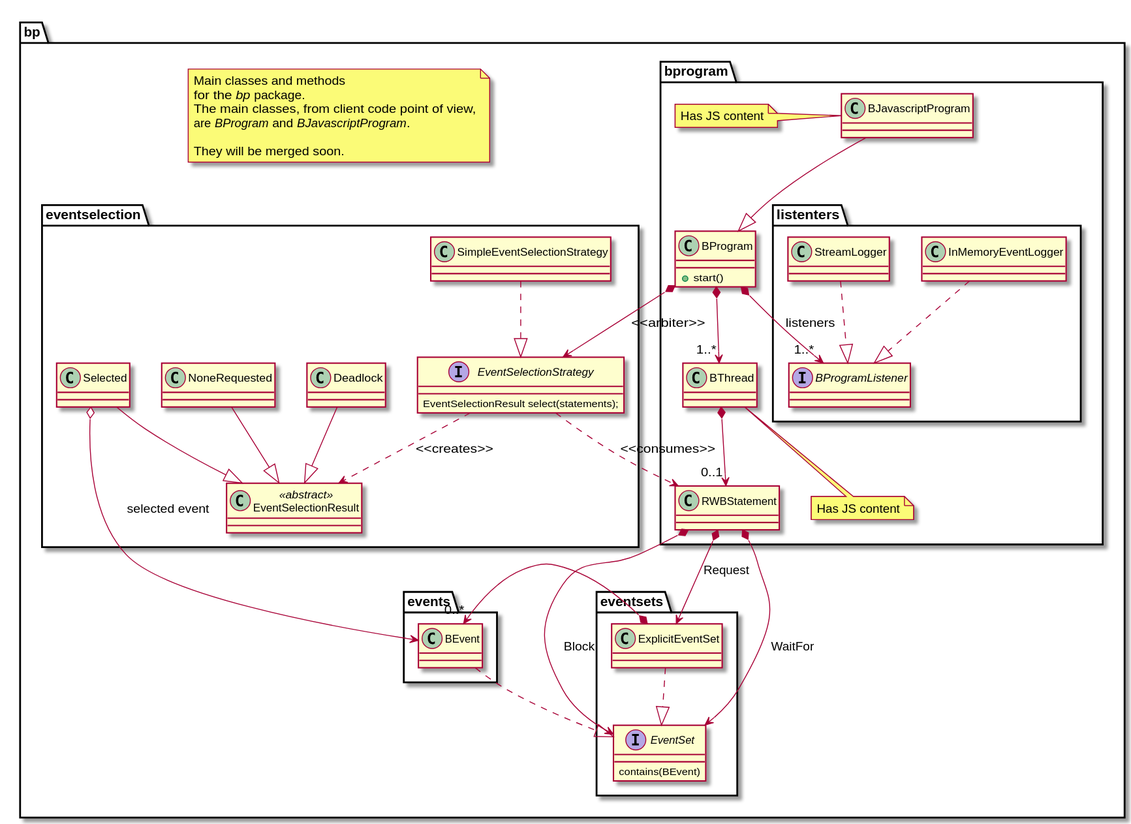
This is BP-javascript/DOCS/classes.svg from michbarsinai/BP-javascript-search, a PlantUML export, as it was before one commit. Its source is kept beside it as BP-javascript/DOCS/classes.puml. Source of this version:
```plantuml
@startuml
package bp {

note as N1
Main classes and methods
for the <i>bp</i> package.
The main classes, from client code point of view,
are <i>BProgram</i> and <i>BJavascriptProgram</i>.

They will be merged soon.
end note

package bprogram {
  class BProgram {
    + start()
  }
  class BJavascriptProgram {
  }
  note left: Has JS content

  class BThread
  note bottom: Has JS content

  class RWBStatement

  package listenters {
    interface BProgramListener
    class InMemoryEventLogger ..|> BProgramListener
    class StreamLogger ..|> BProgramListener
  }

  BThread *--> "0..1" RWBStatement
  BProgram *--> "1..*" BThread
  BProgram *--> "1..*" BProgramListener: listeners





}

package events {
  class BEvent
}


package eventsets {
  interface EventSet {
    contains(BEvent)
  }
  class ExplicitEventSet

  ExplicitEventSet ..|> EventSet
  ExplicitEventSet *--> "0..*" BEvent
}

package eventselection {
  interface EventSelectionStrategy {
    EventSelectionResult select(statements);
  }

  class SimpleEventSelectionStrategy

  class EventSelectionResult <<abstract>>
  class Selected --|> EventSelectionResult
  class Deadlock --|> EventSelectionResult
  class NoneRequested --|> EventSelectionResult

  SimpleEventSelectionStrategy ..|> EventSelectionStrategy
  EventSelectionStrategy ..>EventSelectionResult : <<creates>>
  EventSelectionStrategy ..>RWBStatement : <<consumes>>
}

BProgram *--> EventSelectionStrategy: <<arbiter>>
BJavascriptProgram --|> BProgram
BEvent ..|> EventSet
RWBStatement *--> EventSet: WaitFor
RWBStatement *--> EventSet: Block
RWBStatement *--> ExplicitEventSet: Request
Selected o-->BEvent : selected event
}
@enduml
```
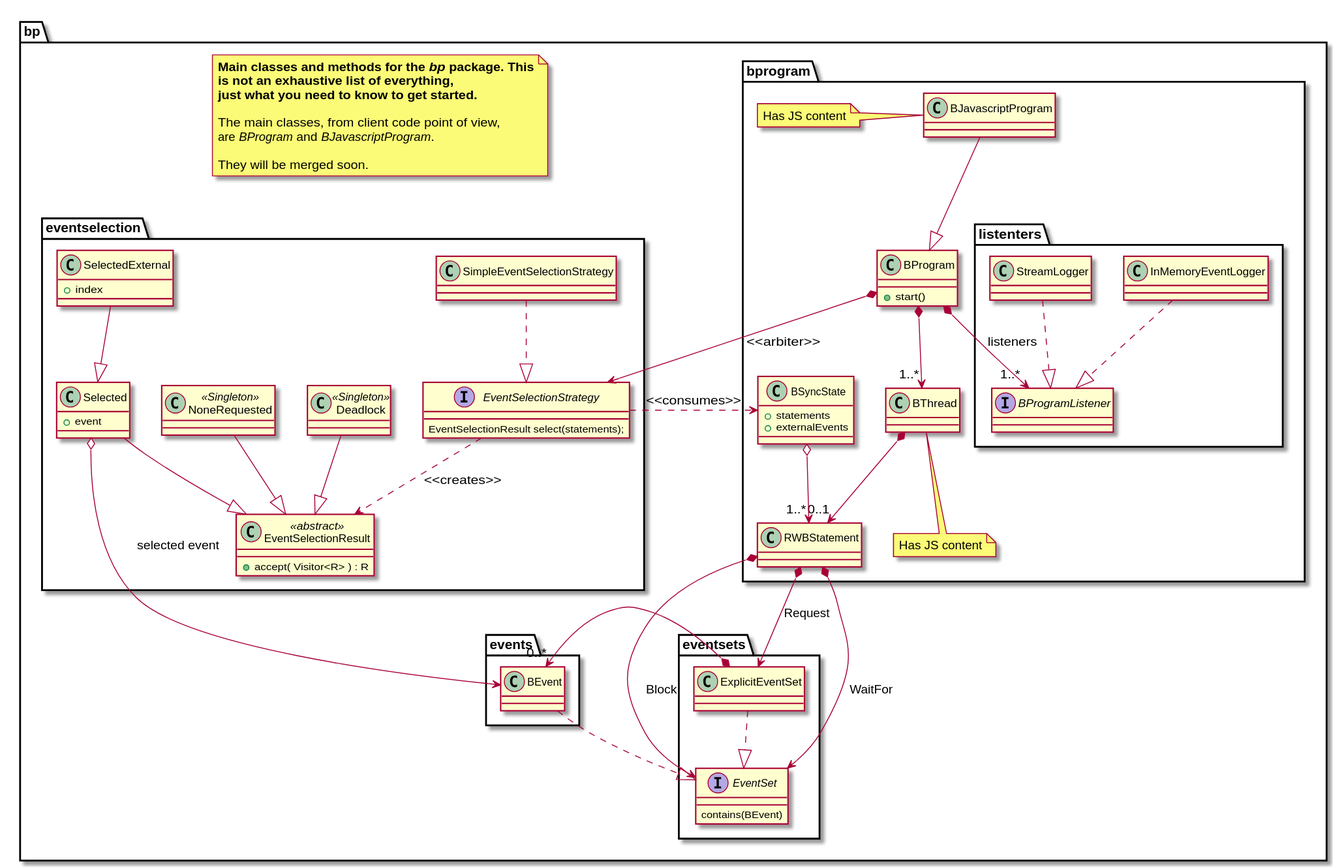
The same file after the commit.

What changed in the source:
```diff
@@ -2,8 +2,10 @@
 package bp {
 
 note as N1
-Main classes and methods
-for the <i>bp</i> package.
+<b>Main classes and methods for the <i>bp</i> package. This</b>
+<b>is not an exhaustive list of everything,</b>
+<b>just what you need to know to get started.</b>
+
 The main classes, from client code point of view,
 are <i>BProgram</i> and <i>BJavascriptProgram</i>.
 
@@ -14,12 +16,16 @@
   class BProgram {
     + start()
   }
-  class BJavascriptProgram {
-  }
+  class BJavascriptProgram
   note left: Has JS content
 
   class BThread
   note bottom: Has JS content
+
+  class BSyncState {
+    + statements
+    + externalEvents
+  }
 
   class RWBStatement
 
@@ -32,10 +38,7 @@
   BThread *--> "0..1" RWBStatement
   BProgram *--> "1..*" BThread
   BProgram *--> "1..*" BProgramListener: listeners
-
-
-
-
+  BSyncState o--> "1..*" RWBStatement
 
 }
 
@@ -60,15 +63,29 @@
   }
 
   class SimpleEventSelectionStrategy
+  class Selected {
+    + event
+  }
 
-  class EventSelectionResult <<abstract>>
+  class SelectedExternal {
+    + index
+  }
+
+  class EventSelectionResult <<abstract>> {
+    + accept( Visitor<R> ) : R
+  }
+
+  class Deadlock <<Singleton>>
+  class NoneRequested <<Singleton>>
+
   class Selected --|> EventSelectionResult
+  class SelectedExternal --|> Selected
   class Deadlock --|> EventSelectionResult
   class NoneRequested --|> EventSelectionResult
 
   SimpleEventSelectionStrategy ..|> EventSelectionStrategy
   EventSelectionStrategy ..>EventSelectionResult : <<creates>>
-  EventSelectionStrategy ..>RWBStatement : <<consumes>>
+  EventSelectionStrategy ..>BSyncState : <<consumes>>
 }
 
 BProgram *--> EventSelectionStrategy: <<arbiter>>
```
